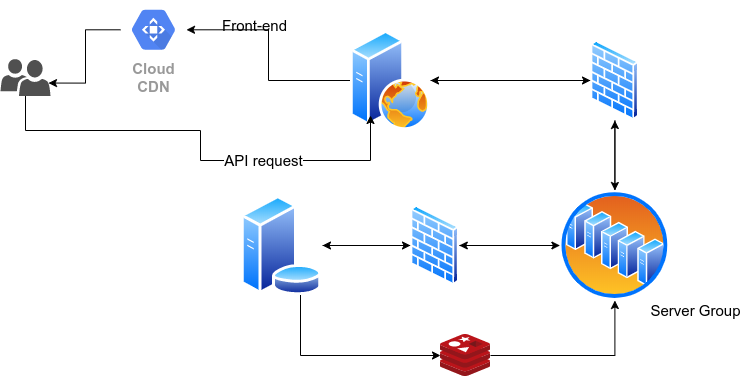
This is assets/Deployment diagram.png from devilyouwei/MU-thesis, a draw.io export, as it was before one commit. Source tidied: cells renumbered, new cells last; positions are measured from the earlier drawing's top-left corner, leaving out a move shared by most shapes.
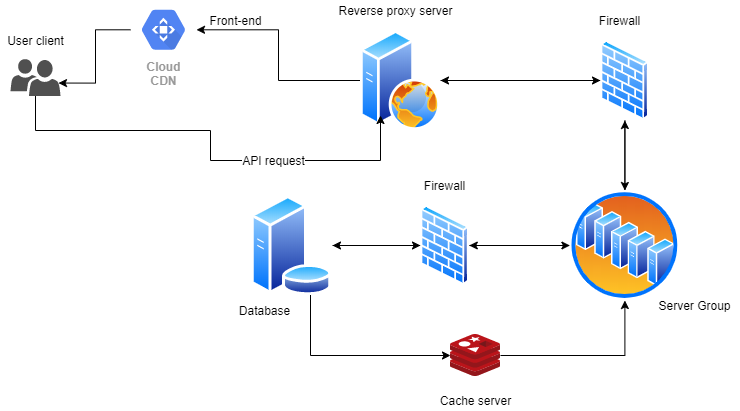
Above is the later version.

Change to the diagram source:
```diff
@@ -72,7 +72,7 @@
       <mxGeometry x="410" y="205" width="48.8" height="80" as="geometry" />
     </mxCell>
     <mxCell id="21" value="Front-end" style="text;html=1;align=center;verticalAlign=middle;" parent="1" vertex="1">
-      <mxGeometry x="219" y="15" width="70" height="20" as="geometry" />
+      <mxGeometry x="190" y="10" width="70" height="20" as="geometry" />
     </mxCell>
     <mxCell id="22" style="edgeStyle=orthogonalEdgeStyle;rounded=0;jettySize=auto;html=1;entryX=0.5;entryY=1;entryDx=0;entryDy=0;" parent="1" edge="1" source="23" target="24">
       <mxGeometry relative="1" as="geometry" />
@@ -84,7 +84,25 @@
       <mxGeometry x="559.4" y="190" width="110" height="110" as="geometry" />
     </mxCell>
     <mxCell id="25" value="Server Group" style="text;html=1;align=center;verticalAlign=middle;" parent="1" vertex="1">
-      <mxGeometry x="650" y="300" width="90" height="20" as="geometry" />
+      <mxGeometry x="638.8" y="295" width="90" height="20" as="geometry" />
     </mxCell>
+    <mxCell id="26" value="User client" style="text;html=1;align=center;verticalAlign=middle;" parent="1" vertex="1">
+      <mxGeometry x="-10" y="30" width="70" height="20" as="geometry" />
+    </mxCell>
+    <mxCell id="27" value="Reverse proxy server" style="text;html=1;align=center;verticalAlign=middle;" parent="1" vertex="1">
+      <mxGeometry x="320" width="130" height="20" as="geometry" />
+    </mxCell>
+    <mxCell id="28" value="Firewall" style="text;html=1;align=center;verticalAlign=middle;" parent="1" vertex="1">
+      <mxGeometry x="578.8" y="10" width="60" height="20" as="geometry" />
+    </mxCell>
+    <mxCell id="29" value="Cache server" style="text;html=1;align=center;verticalAlign=middle;" parent="1" vertex="1">
+      <mxGeometry x="420" y="390" width="90" height="20" as="geometry" />
+    </mxCell>
+    <mxCell id="30" value="Database" style="text;html=1;align=center;verticalAlign=middle;" parent="1" vertex="1">
+      <mxGeometry x="219" y="300" width="70" height="20" as="geometry" />
+    </mxCell>
+    <mxCell id="31" value="Firewall" style="text;html=1;align=center;verticalAlign=middle;" parent="1" vertex="1">
+      <mxGeometry x="404.4" y="175" width="60" height="20" as="geometry" />
+    </mxCell>
   </root>
 </mxGraphModel>
```
